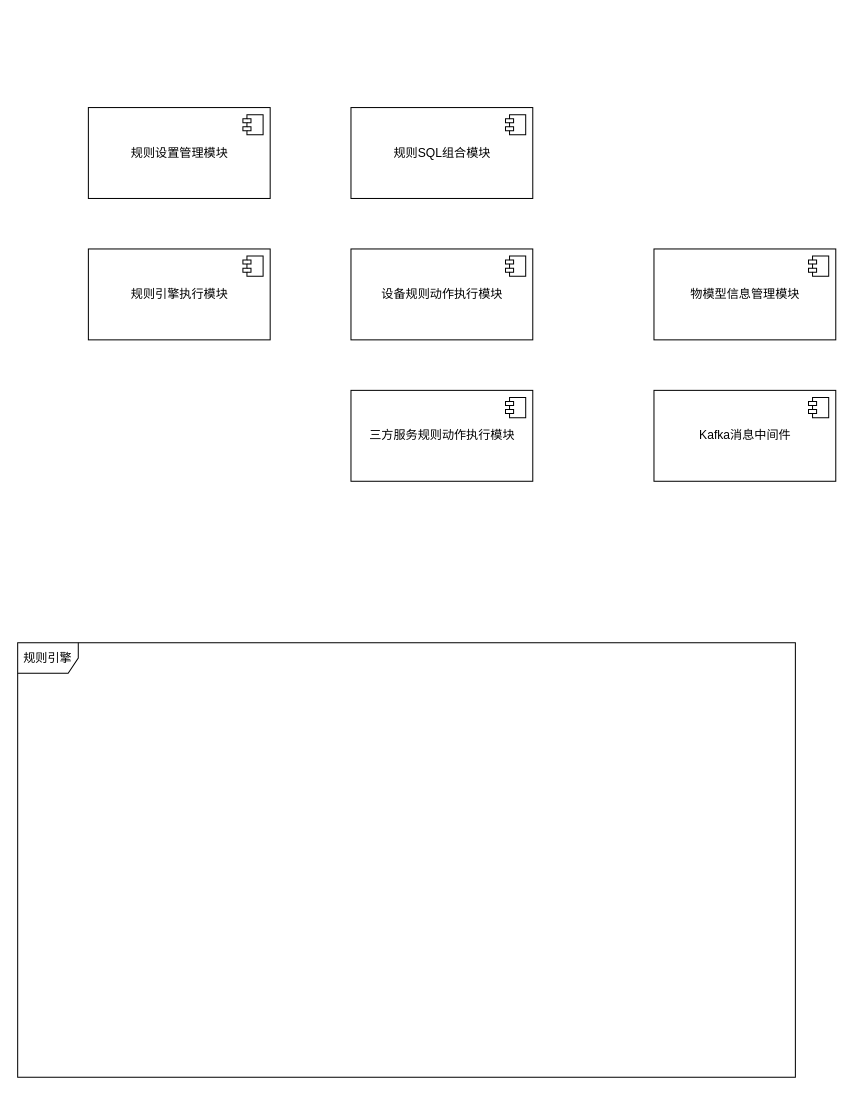
wjwzero/DesignDrawing- keeps this draw.io diagram as 规则引擎系统组件图.drawio. Above is the earlier version. Source tidied: cells renumbered, new cells numbered last; positions are measured from the earlier drawing's top-left corner, leaving out a move shared by most shapes. Both pictures are drawn from the tidied source at 101%, with x=0, y=0 at pixel (17, 107).
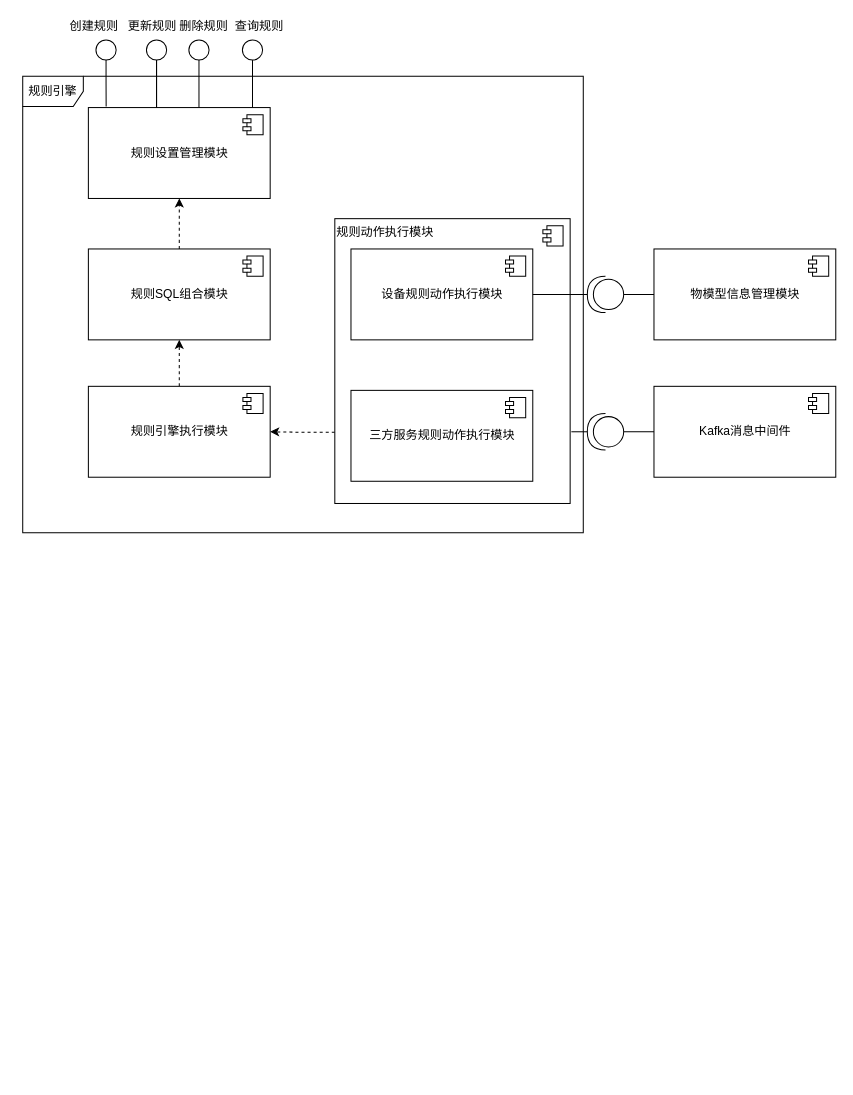
The same diagram, later.

Commit message (it also covers changes not shown here):
更新规则引擎系统组件图.drawio

Unchanged cells that the change refers to:
```xml
<mxCell id="3" value="规则设置管理模块" style="html=1;" parent="1" vertex="1">
  <mxGeometry x="70" width="180" height="90" as="geometry" />
</mxCell>
<mxCell id="9" value="设备规则动作执行模块" style="html=1;" parent="1" vertex="1">
  <mxGeometry x="330" y="140" width="180" height="90" as="geometry" />
</mxCell>
<mxCell id="13" value="物模型信息管理模块" style="html=1;" parent="1" vertex="1">
  <mxGeometry x="630" y="140" width="180" height="90" as="geometry" />
</mxCell>
```

What changed in the source:
```diff
@@
     <mxCell id="2" value="规则引擎" style="shape=umlFrame;whiteSpace=wrap;html=1;" parent="1" vertex="1">
-      <mxGeometry y="530" width="770" height="430" as="geometry" />
+      <mxGeometry x="5" y="-31" width="555" height="452" as="geometry" />
     </mxCell>
+    <mxCell id="17" style="edgeStyle=orthogonalEdgeStyle;rounded=0;jettySize=auto;html=1;exitX=0;exitY=0.75;exitDx=0;exitDy=0;endArrow=classic;endFill=1;dashed=1;" parent="1" edge="1" source="18" target="7">
+      <mxGeometry relative="1" as="geometry" />
+    </mxCell>
+    <mxCell id="18" value="&lt;div style=&quot;&quot;&gt;&lt;span&gt;规则动作执行模块&lt;/span&gt;&lt;/div&gt;" style="html=1;align=left;verticalAlign=top;" parent="1" vertex="1">
+      <mxGeometry x="314" y="110" width="233" height="282" as="geometry" />
+    </mxCell>
+    <mxCell id="19" style="shape=module;jettyWidth=8;jettyHeight=4;" parent="18" vertex="1">
+      <mxGeometry x="1" width="20" height="20" relative="1" as="geometry">
+        <mxPoint x="-27" y="7" as="offset" />
+      </mxGeometry>
+    </mxCell>
@@
+    <mxCell id="20" style="edgeStyle=orthogonalEdgeStyle;rounded=0;jettySize=auto;html=1;dashed=1;startArrow=none;startFill=0;endArrow=classic;endFill=1;" parent="1" edge="1" source="5" target="3">
+      <mxGeometry relative="1" as="geometry" />
+    </mxCell>
     <mxCell id="5" value="规则SQL组合模块" style="html=1;" parent="1" vertex="1">
-      <mxGeometry x="330" width="180" height="90" as="geometry" />
+      <mxGeometry x="70" y="140" width="180" height="90" as="geometry" />
     </mxCell>
@@
+    <mxCell id="21" style="edgeStyle=orthogonalEdgeStyle;rounded=0;jettySize=auto;html=1;exitX=0.5;exitY=0;exitDx=0;exitDy=0;entryX=0.5;entryY=1;entryDx=0;entryDy=0;startArrow=none;startFill=0;endArrow=classic;endFill=1;dashed=1;" parent="1" edge="1" source="7" target="5">
+      <mxGeometry relative="1" as="geometry" />
+    </mxCell>
     <mxCell id="7" value="规则引擎执行模块" style="html=1;" parent="1" vertex="1">
-      <mxGeometry x="70" y="140" width="180" height="90" as="geometry" />
+      <mxGeometry x="70" y="276" width="180" height="90" as="geometry" />
     </mxCell>
@@
     <mxCell id="15" value="Kafka消息中间件" style="html=1;" parent="1" vertex="1">
-      <mxGeometry x="630" y="280" width="180" height="90" as="geometry" />
+      <mxGeometry x="630" y="276" width="180" height="90" as="geometry" />
     </mxCell>
@@
+    <mxCell id="22" style="edgeStyle=orthogonalEdgeStyle;rounded=0;jettySize=auto;html=1;endArrow=none;endFill=0;" parent="1" edge="1" source="24" target="9">
+      <mxGeometry relative="1" as="geometry" />
+    </mxCell>
+    <mxCell id="23" style="edgeStyle=orthogonalEdgeStyle;rounded=0;jettySize=auto;html=1;endArrow=none;endFill=0;" parent="1" edge="1" source="24" target="13">
+      <mxGeometry relative="1" as="geometry" />
+    </mxCell>
+    <mxCell id="24" style="shape=providedRequiredInterface;html=1;verticalLabelPosition=bottom;direction=west;" parent="1" vertex="1">
+      <mxGeometry x="564" y="167" width="36" height="36" as="geometry" />
+    </mxCell>
+    <mxCell id="25" style="edgeStyle=orthogonalEdgeStyle;rounded=0;jettySize=auto;html=1;endArrow=none;endFill=0;" parent="1" edge="1" source="27" target="15">
+      <mxGeometry relative="1" as="geometry" />
+    </mxCell>
+    <mxCell id="26" style="edgeStyle=orthogonalEdgeStyle;rounded=0;jettySize=auto;html=1;exitX=1;exitY=0.5;exitDx=0;exitDy=0;exitPerimeter=0;entryX=1.005;entryY=0.749;entryDx=0;entryDy=0;entryPerimeter=0;endArrow=none;endFill=0;" parent="1" edge="1" source="27" target="18">
+      <mxGeometry relative="1" as="geometry" />
+    </mxCell>
+    <mxCell id="27" style="shape=providedRequiredInterface;html=1;verticalLabelPosition=bottom;direction=west;" parent="1" vertex="1">
+      <mxGeometry x="564" y="303" width="36" height="36" as="geometry" />
+    </mxCell>
+    <mxCell id="28" style="edgeStyle=orthogonalEdgeStyle;rounded=0;jettySize=auto;html=1;exitX=0.5;exitY=1;exitDx=0;exitDy=0;endArrow=none;endFill=0;" parent="1" edge="1" source="29">
+      <mxGeometry relative="1" as="geometry">
+        <mxPoint x="87.6" y="-1.1" as="targetPoint" />
+      </mxGeometry>
+    </mxCell>
+    <mxCell id="29" style="ellipse;fillColor=#ffffff;strokeColor=#000000;align=left;" parent="1" vertex="1">
+      <mxGeometry x="77.5" y="-67" width="20" height="20" as="geometry" />
+    </mxCell>
+    <mxCell id="30" style="edgeStyle=orthogonalEdgeStyle;rounded=0;jettySize=auto;html=1;exitX=0.5;exitY=1;exitDx=0;exitDy=0;endArrow=none;endFill=0;" parent="1" edge="1" source="31">
+      <mxGeometry relative="1" as="geometry">
+        <mxPoint x="137.5" as="targetPoint" />
+        <Array as="points">
+          <mxPoint x="137.5" />
+        </Array>
+      </mxGeometry>
+    </mxCell>
+    <mxCell id="31" style="ellipse;fillColor=#ffffff;strokeColor=#000000;align=left;" parent="1" vertex="1">
+      <mxGeometry x="127.5" y="-67" width="20" height="20" as="geometry" />
+    </mxCell>
+    <mxCell id="32" style="edgeStyle=orthogonalEdgeStyle;rounded=0;jettySize=auto;html=1;exitX=0.5;exitY=1;exitDx=0;exitDy=0;endArrow=none;endFill=0;" parent="1" edge="1" source="33">
+      <mxGeometry relative="1" as="geometry">
+        <mxPoint x="179.5" as="targetPoint" />
+        <Array as="points">
+          <mxPoint x="179.5" y="-31" />
+          <mxPoint x="179.5" y="-31" />
+        </Array>
+      </mxGeometry>
+    </mxCell>
+    <mxCell id="33" style="ellipse;fillColor=#ffffff;strokeColor=#000000;align=left;" parent="1" vertex="1">
+      <mxGeometry x="169.5" y="-67" width="20" height="20" as="geometry" />
+    </mxCell>
+    <mxCell id="34" style="edgeStyle=orthogonalEdgeStyle;rounded=0;jettySize=auto;html=1;exitX=0.5;exitY=1;exitDx=0;exitDy=0;endArrow=none;endFill=0;" parent="1" edge="1" source="35">
+      <mxGeometry relative="1" as="geometry">
+        <mxPoint x="232.5" as="targetPoint" />
+        <Array as="points">
+          <mxPoint x="232.5" />
+        </Array>
+      </mxGeometry>
+    </mxCell>
+    <mxCell id="35" style="ellipse;fillColor=#ffffff;strokeColor=#000000;align=left;" parent="1" vertex="1">
+      <mxGeometry x="222.5" y="-67" width="20" height="20" as="geometry" />
+    </mxCell>
+    <mxCell id="36" style="edgeStyle=orthogonalEdgeStyle;rounded=0;jettySize=auto;html=1;exitX=0.5;exitY=1;exitDx=0;exitDy=0;endArrow=none;endFill=0;" parent="1" edge="1" source="31">
+      <mxGeometry relative="1" as="geometry">
+        <mxPoint x="137.5" as="targetPoint" />
+        <Array as="points">
+          <mxPoint x="137.5" y="-29" />
+          <mxPoint x="137.5" y="-29" />
+        </Array>
+      </mxGeometry>
+    </mxCell>
+    <mxCell id="37" value="创建规则&amp;nbsp;" style="text;html=1;align=center;verticalAlign=middle;" parent="1" vertex="1">
+      <mxGeometry x="46" y="-89" width="61" height="18" as="geometry" />
+    </mxCell>
+    <mxCell id="38" value="更新规则" style="text;html=1;align=center;verticalAlign=middle;" parent="1" vertex="1">
+      <mxGeometry x="104" y="-89" width="58" height="18" as="geometry" />
+    </mxCell>
+    <mxCell id="39" value="删除规则" style="text;html=1;align=center;verticalAlign=middle;" parent="1" vertex="1">
+      <mxGeometry x="155" y="-89" width="58" height="18" as="geometry" />
+    </mxCell>
+    <mxCell id="40" value="查询规则" style="text;html=1;align=center;verticalAlign=middle;" parent="1" vertex="1">
+      <mxGeometry x="210" y="-89" width="58" height="18" as="geometry" />
+    </mxCell>
```
